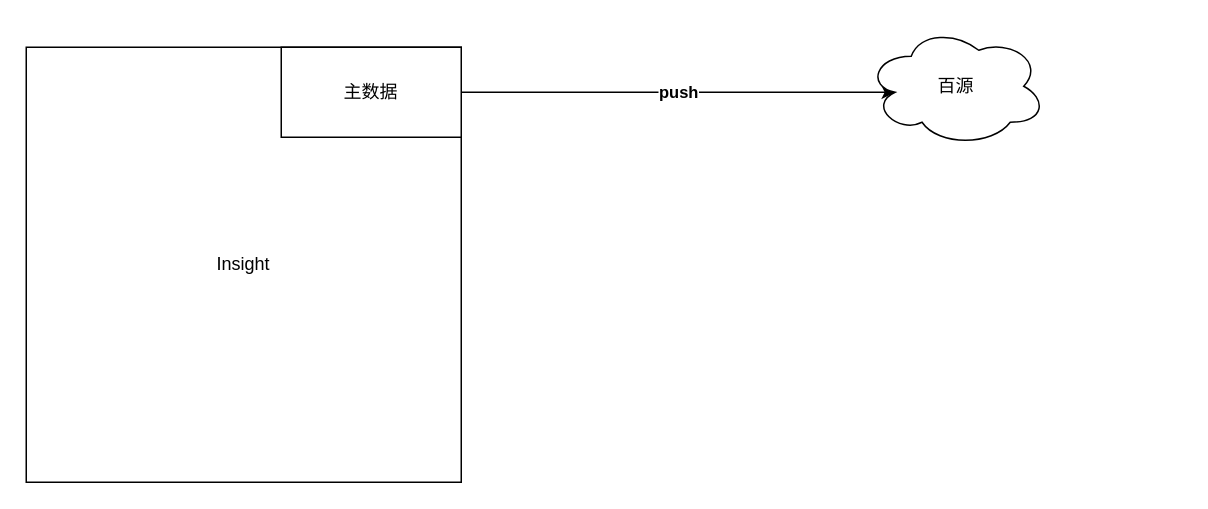
Before: 百源.drawio in ChrisFynnWang/algorithm, a draw.io diagram. Source tidied: cells renumbered, new cells numbered last; positions are measured from the earlier drawing's top-left corner, leaving out a move shared by most shapes. Both pictures are drawn from the tidied source at 150%, with x=0, y=0 at pixel (26, 26).
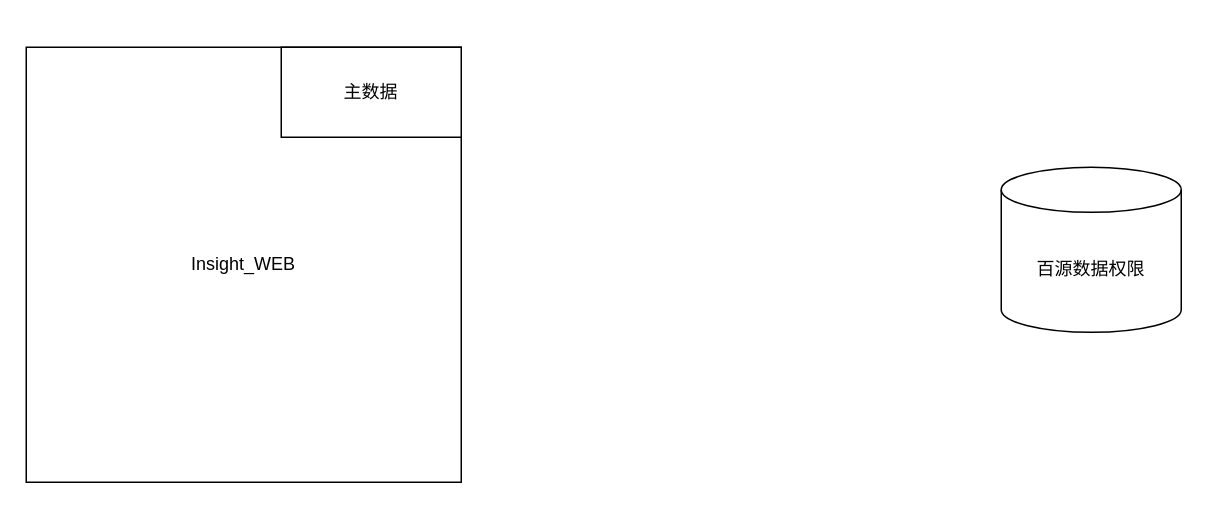
Above is the later version.

Diff of the diagram source:
```diff
@@
 <mxGraphModel>
   <root>
     <mxCell id="0" />
     <mxCell id="1" parent="0" />
-    <mxCell id="2" value="Insight" style="whiteSpace=wrap;html=1;" parent="1" vertex="1">
+    <mxCell id="2" value="Insight_WEB" style="whiteSpace=wrap;html=1;" parent="1" vertex="1">
       <mxGeometry y="14" width="290" height="290" as="geometry" />
     </mxCell>
-    <mxCell id="3" value="&lt;b&gt;push&lt;/b&gt;" style="edgeStyle=orthogonalEdgeStyle;rounded=0;jettySize=auto;html=1;entryX=0.16;entryY=0.55;entryDx=0;entryDy=0;entryPerimeter=0;" parent="1" edge="1" source="4" target="5">
-      <mxGeometry relative="1" as="geometry" />
-    </mxCell>
     <mxCell id="4" value="主数据" style="rounded=0;whiteSpace=wrap;html=1;" parent="1" vertex="1">
       <mxGeometry x="170" y="14" width="120" height="60" as="geometry" />
     </mxCell>
-    <mxCell id="5" value="百源" style="ellipse;shape=cloud;whiteSpace=wrap;html=1;" parent="1" vertex="1">
-      <mxGeometry x="560" width="120" height="80" as="geometry" />
-    </mxCell>
+    <mxCell id="6" value="百源数据权限" style="shape=cylinder3;whiteSpace=wrap;html=1;boundedLbl=1;backgroundOutline=1;size=15;" parent="1" vertex="1">
+      <mxGeometry x="650" y="94" width="120" height="110" as="geometry" />
+    </mxCell>
   </root>
 </mxGraphModel>
```
